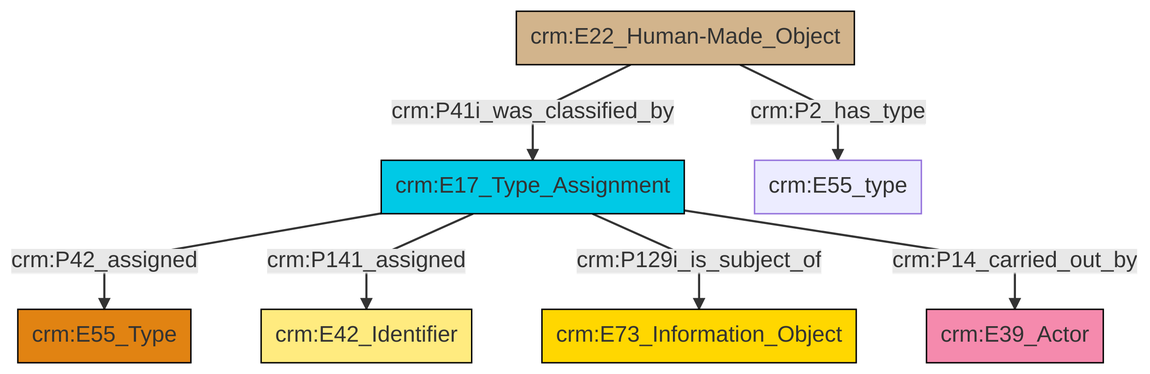
This is et/builtWorkCSV/ttl/mmd/png/Built_Work_designation_status.png from swiss-art-research-net/reference-data-models, a Mermaid export, as it was before one commit. Its source is kept beside it as et/builtWorkCSV/ttl/mmd/Built_Work_designation_status.ttl.mmd.
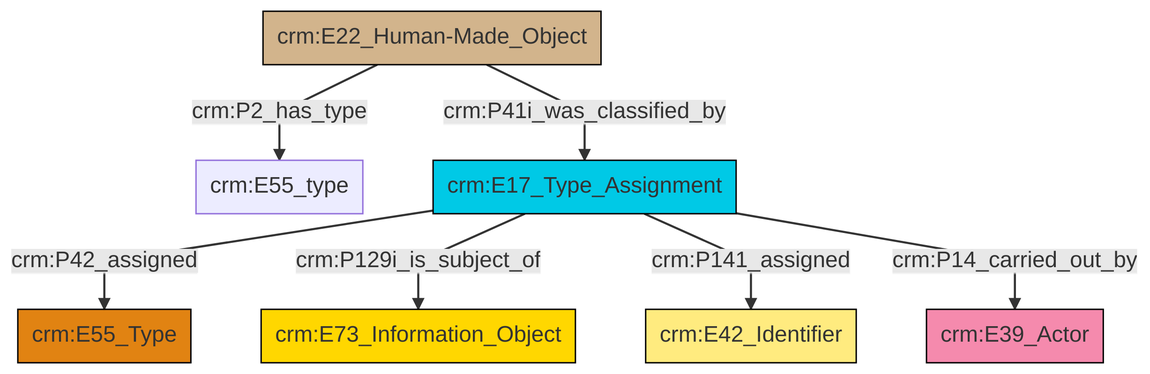
The same file after the commit.

Diff of the diagram source:
```diff
@@ -13,9 +13,9 @@
 classDef PC_Classes fill:#4ce600, stroke:#000000;
 classDef Multi fill:#cccccc,stroke:#000000;
 
-6["crm:E22_Human-Made_Object"]:::Physical_Thing -->|crm:P41i_was_classified_by| 7["crm:E17_Type_Assignment"]:::Temporal_Entity
-7["crm:E17_Type_Assignment"]:::Temporal_Entity -->|crm:P42_assigned| 8["crm:E55_Type"]:::Type
-7["crm:E17_Type_Assignment"]:::Temporal_Entity -->|crm:P141_assigned| 0["crm:E42_Identifier"]:::Appellation
-6["crm:E22_Human-Made_Object"]:::Physical_Thing -->|crm:P2_has_type| 11["crm:E55_type"]:::Default
-7["crm:E17_Type_Assignment"]:::Temporal_Entity -->|crm:P129i_is_subject_of| 4["crm:E73_Information_Object"]:::Conceptual_Object
-7["crm:E17_Type_Assignment"]:::Temporal_Entity -->|crm:P14_carried_out_by| 2["crm:E39_Actor"]:::Actor
+0["crm:E22_Human-Made_Object"]:::Physical_Thing -->|crm:P2_has_type| 1["crm:E55_type"]:::Default
+0["crm:E22_Human-Made_Object"]:::Physical_Thing -->|crm:P41i_was_classified_by| 2["crm:E17_Type_Assignment"]:::Temporal_Entity
+2["crm:E17_Type_Assignment"]:::Temporal_Entity -->|crm:P42_assigned| 10["crm:E55_Type"]:::Type
+2["crm:E17_Type_Assignment"]:::Temporal_Entity -->|crm:P129i_is_subject_of| 4["crm:E73_Information_Object"]:::Conceptual_Object
+2["crm:E17_Type_Assignment"]:::Temporal_Entity -->|crm:P141_assigned| 11["crm:E42_Identifier"]:::Appellation
+2["crm:E17_Type_Assignment"]:::Temporal_Entity -->|crm:P14_carried_out_by| 6["crm:E39_Actor"]:::Actor
```
